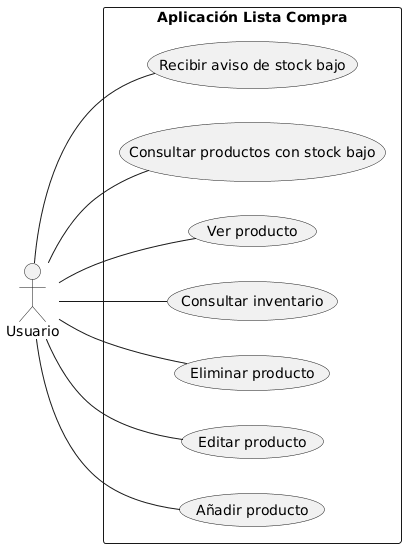
abeltran10/lista_compra keeps this PlantUML diagram as src/main/resources/com/abeltran10/lista_compra/uml/diagrama_casos_uso.png. Above is the earlier version.
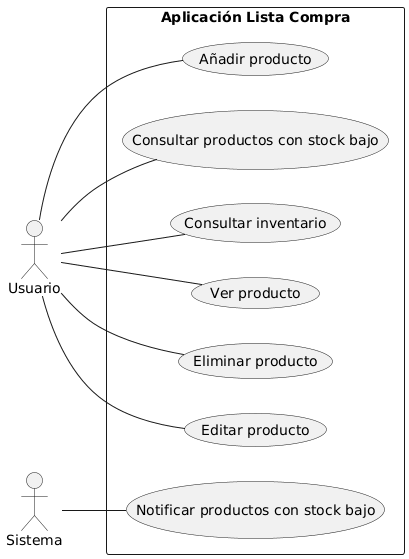
After the change.

Diff of the diagram source:
```diff
@@ -2,17 +2,18 @@
 left to right direction
 
 actor Usuario
+actor Sistema
 
 rectangle "Aplicación Lista Compra" {
 
     Usuario -- (Añadir producto)
     Usuario -- (Editar producto)
     Usuario -- (Eliminar producto)
+    Usuario -- (Ver producto)
+    Usuario -- (Consultar inventario)
+    Usuario -- (Consultar productos con stock bajo)
 
-    Usuario -- (Consultar inventario)
-    Usuario -- (Ver producto)
+    Sistema -- (Notificar productos con stock bajo)
 
-    Usuario -- (Consultar productos con stock bajo)
-    Usuario -- (Recibir aviso de stock bajo)
 }
 @enduml
```
